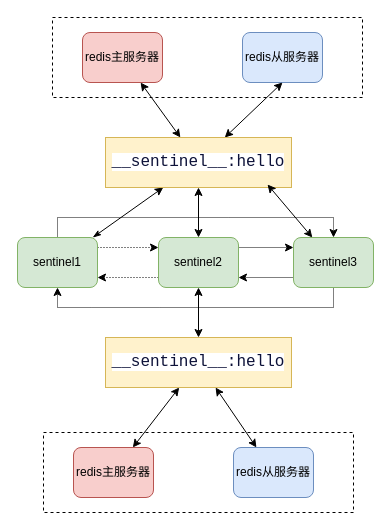
This is redis/哨兵与服务器的订阅频道完整连接.drawio from buxiangchixiangcai/draw, a draw.io file, before an edit. Source tidied: cells renumbered, new cells numbered last; positions are measured from the earlier drawing's top-left corner, leaving out a move shared by most shapes. Both pictures are drawn from the tidied source at 100%, with x=0, y=0 at pixel (17, 17).
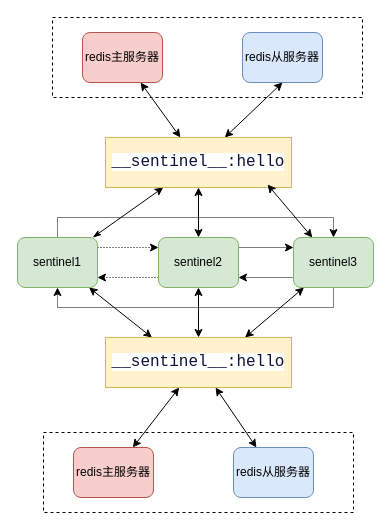
Above is the later version.

Commit message:
更新哨兵与服务器的订阅频道完整连接.drawio

Unchanged cells that the change refers to:
```xml
<mxCell id="6" value="sentinel1" style="rounded=1;whiteSpace=wrap;html=1;fillColor=#d5e8d4;strokeColor=#82b366;" parent="1" vertex="1">
  <mxGeometry y="220" width="80" height="50" as="geometry" />
</mxCell>
<mxCell id="14" value="sentinel3" style="rounded=1;whiteSpace=wrap;html=1;fillColor=#d5e8d4;strokeColor=#82b366;" parent="1" vertex="1">
  <mxGeometry x="276" y="220" width="80" height="50" as="geometry" />
</mxCell>
<mxCell id="17" value="&lt;span style=&quot;color: rgb(13, 18, 57); font-family: monospace, monospace; font-size: 16px; text-align: left; background-color: rgb(255, 255, 255);&quot;&gt;__sentinel__:hello&lt;/span&gt;" style="rounded=0;whiteSpace=wrap;html=1;fillColor=#fff2cc;strokeColor=#d6b656;" parent="1" vertex="1">
  <mxGeometry x="88" y="320" width="186" height="50" as="geometry" />
</mxCell>
```

Change to the diagram source:
```diff
@@
+    <mxCell id="27" style="rounded=0;jettySize=auto;html=1;entryX=0.25;entryY=0;entryDx=0;entryDy=0;startArrow=classic;startFill=1;" parent="1" edge="1" source="6" target="17">
+      <mxGeometry relative="1" as="geometry" />
+    </mxCell>
@@
+    <mxCell id="28" style="rounded=0;jettySize=auto;html=1;entryX=0.75;entryY=0;entryDx=0;entryDy=0;startArrow=classic;startFill=1;" parent="1" edge="1" source="14" target="17">
+      <mxGeometry relative="1" as="geometry" />
+    </mxCell>
```
